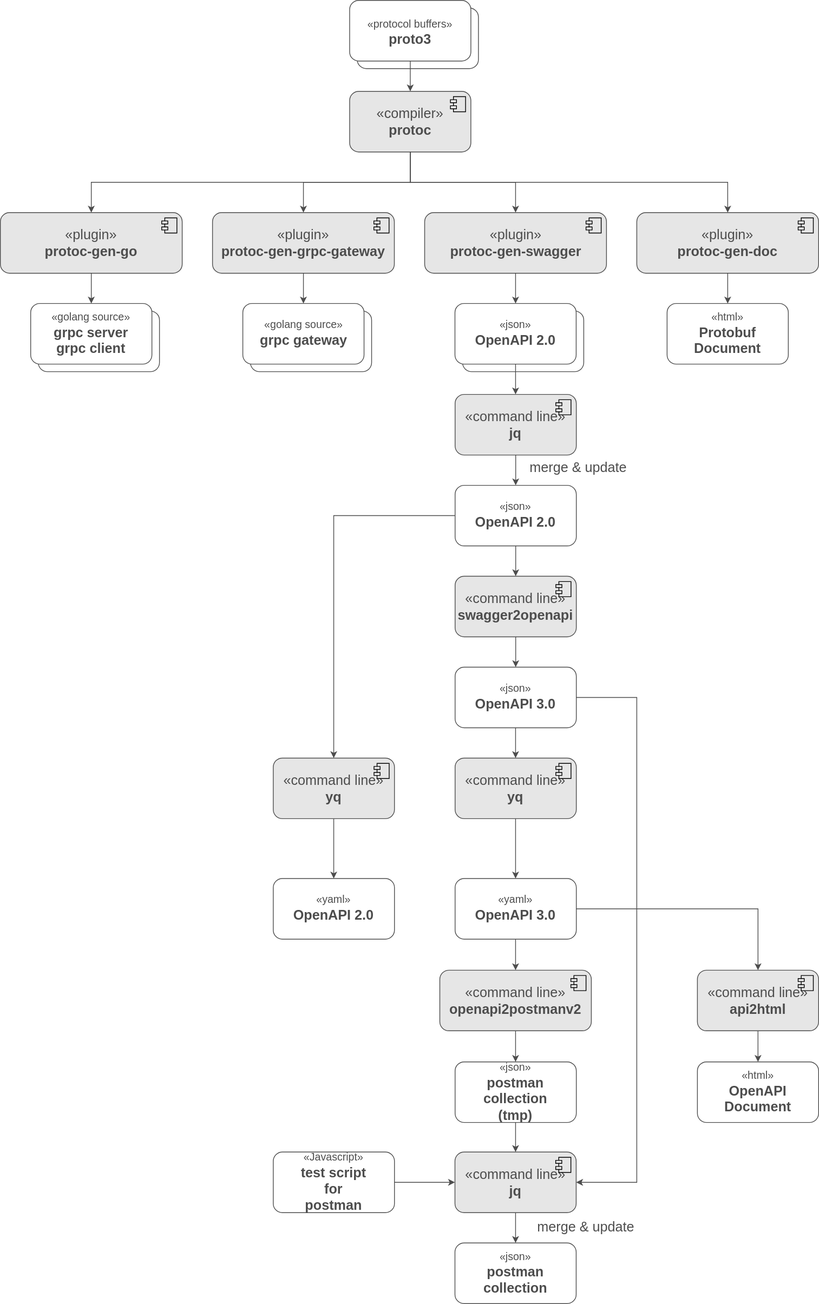
This is doc/build-flow.svg from chainweaver/protobuf, a draw.io export, as it was before one commit. Source tidied: cells renumbered, new cells last; positions are measured from the earlier drawing's top-left corner, leaving out a move shared by most shapes.
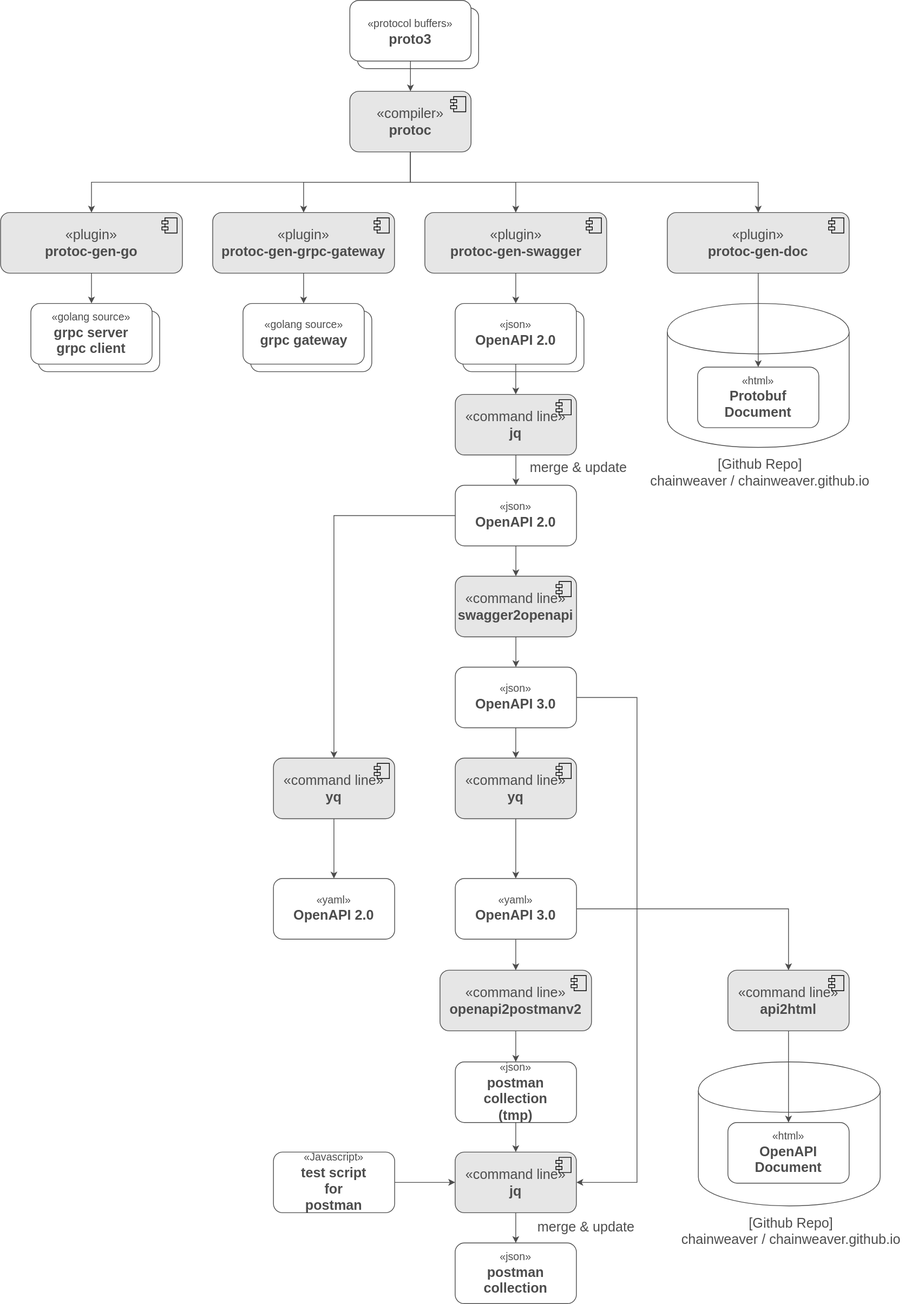
Above is the later version.

Commit message:
Update build flow

The edit, as a diff of the source:
```diff
@@ -2,6 +2,12 @@
   <root>
     <mxCell id="0" />
     <mxCell id="1" parent="0" />
+    <mxCell id="70" style="shape=cylinder;whiteSpace=wrap;html=1;boundedLbl=1;backgroundOutline=1;strokeColor=#4D4D4D;" parent="1" vertex="1">
+      <mxGeometry x="921" y="1401" width="240" height="190" as="geometry" />
+    </mxCell>
+    <mxCell id="71" style="shape=cylinder;whiteSpace=wrap;html=1;boundedLbl=1;backgroundOutline=1;strokeColor=#4D4D4D;" parent="1" vertex="1">
+      <mxGeometry x="880" y="400" width="240" height="190" as="geometry" />
+    </mxCell>
     <mxCell id="2" value="&lt;font style=&quot;font-size: 14px&quot;&gt;«protocol buffers»&lt;/font&gt;&lt;br&gt;&lt;b&gt;proto3&lt;/b&gt;" style="html=1;rounded=1;strokeColor=#4D4D4D;fontSize=18;fontColor=#4D4D4D;" parent="1" vertex="1">
       <mxGeometry x="471" y="10" width="160" height="80" as="geometry" />
     </mxCell>
@@ -59,7 +65,7 @@
       <mxGeometry relative="1" as="geometry" />
     </mxCell>
     <mxCell id="18" value="«plugin»&lt;br&gt;&lt;b&gt;protoc-gen-doc&lt;/b&gt;" style="html=1;rounded=1;strokeColor=#4D4D4D;fontSize=18;fontColor=#4D4D4D;fillColor=#E6E6E6;" parent="1" vertex="1">
-      <mxGeometry x="840" y="280" width="240" height="80" as="geometry" />
+      <mxGeometry x="880" y="280" width="240" height="80" as="geometry" />
     </mxCell>
     <mxCell id="19" style="shape=component;jettyWidth=8;jettyHeight=4;fillColor=#E6E6E6;" parent="18" vertex="1">
       <mxGeometry x="1" width="20" height="20" relative="1" as="geometry">
@@ -97,7 +103,7 @@
       <mxGeometry x="600" y="400" width="160" height="80" as="geometry" />
     </mxCell>
     <mxCell id="30" value="&lt;font style=&quot;font-size: 14px&quot;&gt;«html»&lt;/font&gt;&lt;br&gt;&lt;b&gt;Protobuf&lt;br&gt;Document&lt;br&gt;&lt;/b&gt;" style="html=1;rounded=1;strokeColor=#4D4D4D;fontSize=18;fontColor=#4D4D4D;spacingBottom=6;" parent="1" vertex="1">
-      <mxGeometry x="880" y="400" width="160" height="80" as="geometry" />
+      <mxGeometry x="920" y="484" width="160" height="80" as="geometry" />
     </mxCell>
     <mxCell id="31" style="edgeStyle=orthogonalEdgeStyle;rounded=0;jettySize=auto;html=1;strokeColor=#4D4D4D;fontSize=18;fontColor=#4D4D4D;" parent="1" edge="1" source="32" target="36">
       <mxGeometry relative="1" as="geometry" />
@@ -217,7 +223,7 @@
       <mxGeometry relative="1" as="geometry" />
     </mxCell>
     <mxCell id="65" value="«command line»&lt;br&gt;&lt;b&gt;api2html&lt;/b&gt;" style="html=1;rounded=1;strokeColor=#4D4D4D;fontSize=18;fontColor=#4D4D4D;fillColor=#E6E6E6;" parent="1" vertex="1">
-      <mxGeometry x="920" y="1280" width="160" height="80" as="geometry" />
+      <mxGeometry x="960" y="1280" width="160" height="80" as="geometry" />
     </mxCell>
     <mxCell id="66" style="shape=component;jettyWidth=8;jettyHeight=4;fillColor=#E6E6E6;" parent="65" vertex="1">
       <mxGeometry x="1" width="20" height="20" relative="1" as="geometry">
@@ -225,7 +231,7 @@
       </mxGeometry>
     </mxCell>
     <mxCell id="67" value="&lt;font style=&quot;font-size: 14px&quot;&gt;«html»&lt;/font&gt;&lt;br&gt;&lt;b&gt;OpenAPI&lt;br&gt;Document&lt;br&gt;&lt;/b&gt;" style="html=1;rounded=1;strokeColor=#4D4D4D;fontSize=18;fontColor=#4D4D4D;spacingBottom=6;" parent="1" vertex="1">
-      <mxGeometry x="920" y="1401" width="160" height="80" as="geometry" />
+      <mxGeometry x="960" y="1481" width="160" height="80" as="geometry" />
     </mxCell>
     <mxCell id="68" value="«command line»&lt;br&gt;&lt;b&gt;yq&lt;/b&gt;" style="html=1;rounded=1;strokeColor=#4D4D4D;fontSize=18;fontColor=#4D4D4D;fillColor=#E6E6E6;" parent="1" vertex="1">
       <mxGeometry x="360.2" y="1000" width="160" height="80" as="geometry" />
@@ -235,5 +241,11 @@
         <mxPoint x="-27" y="7" as="offset" />
       </mxGeometry>
     </mxCell>
+    <mxCell id="72" value="[Github Repo]&lt;br&gt;chainweaver / chainweaver.github.io" style="text;html=1;align=center;verticalAlign=top;spacingTop=-4;fontSize=18;fontColor=#4D4D4D;" parent="1" vertex="1">
+      <mxGeometry x="852" y="600" width="300" height="50" as="geometry" />
+    </mxCell>
+    <mxCell id="73" value="[Github Repo]&lt;br&gt;chainweaver / chainweaver.github.io" style="text;html=1;align=center;verticalAlign=top;spacingTop=-4;fontSize=18;fontColor=#4D4D4D;" parent="1" vertex="1">
+      <mxGeometry x="893" y="1601" width="300" height="50" as="geometry" />
+    </mxCell>
   </root>
 </mxGraphModel>
```
